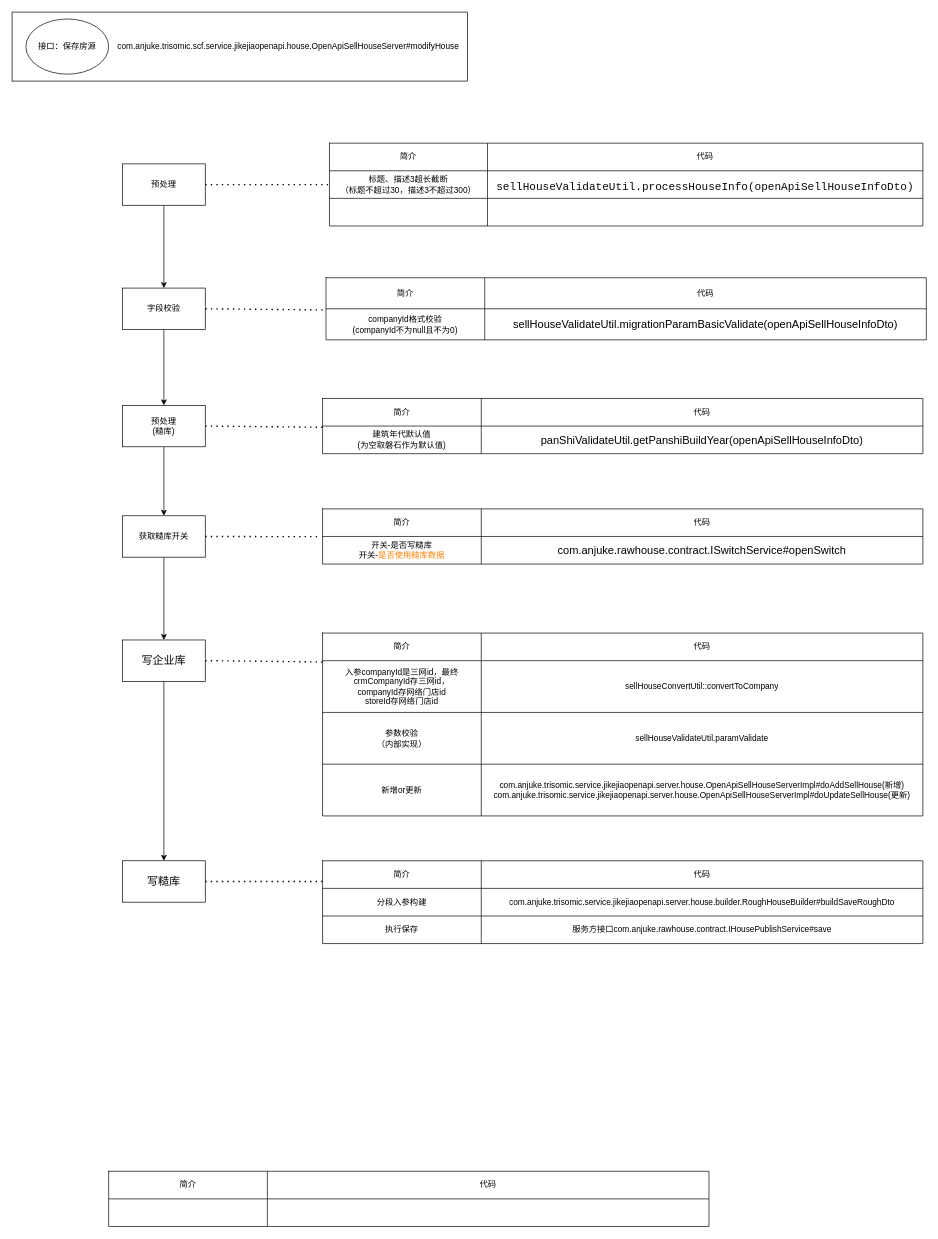
Above: page "jikejiaopenapi保存房源" (2 of 3) of sku数据同步.drawio in guyukou/drawio (draw.io), before the change. Source tidied: cells renumbered, new cells numbered last; positions are measured from the earlier drawing's top-left corner, leaving out a move shared by most shapes. Both pictures are drawn from the tidied source at 69%, with x=0, y=0 at pixel (12, 12).
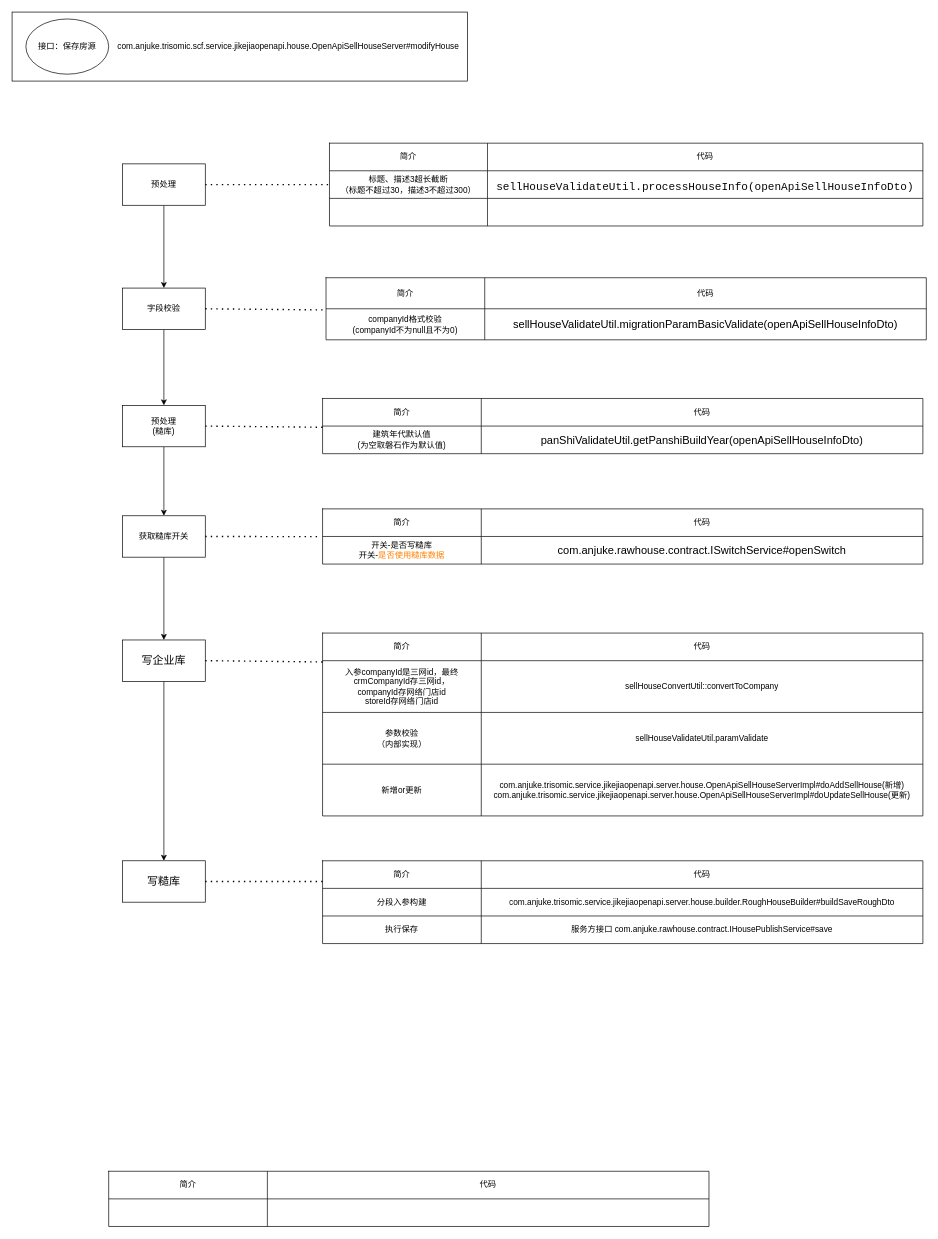
Above is the later version.

The change refers to these unchanged cells:
```xml
<mxCell id="79" style="shape=tableRow;horizontal=0;startSize=0;swimlaneHead=0;swimlaneBody=0;strokeColor=inherit;top=0;left=0;bottom=0;right=0;fillColor=none;" parent="72" vertex="1">
  <mxGeometry y="80" width="870" height="40" as="geometry" />
</mxCell>
```

Change to the diagram source:
```diff
@@
-    <mxCell id="81" value="服务方接口com.anjuke.rawhouse.contract.IHousePublishService#save" style="shape=partialRectangle;html=1;whiteSpace=wrap;strokeColor=inherit;overflow=hidden;fillColor=none;top=0;left=0;bottom=0;right=0;" parent="79" vertex="1">
+    <mxCell id="81" value="服务方接口 com.anjuke.rawhouse.contract.IHousePublishService#save" style="shape=partialRectangle;html=1;whiteSpace=wrap;strokeColor=inherit;overflow=hidden;fillColor=none;top=0;left=0;bottom=0;right=0;" parent="79" vertex="1">
       <mxGeometry x="230" width="640" height="40" as="geometry" />
     </mxCell>
```
